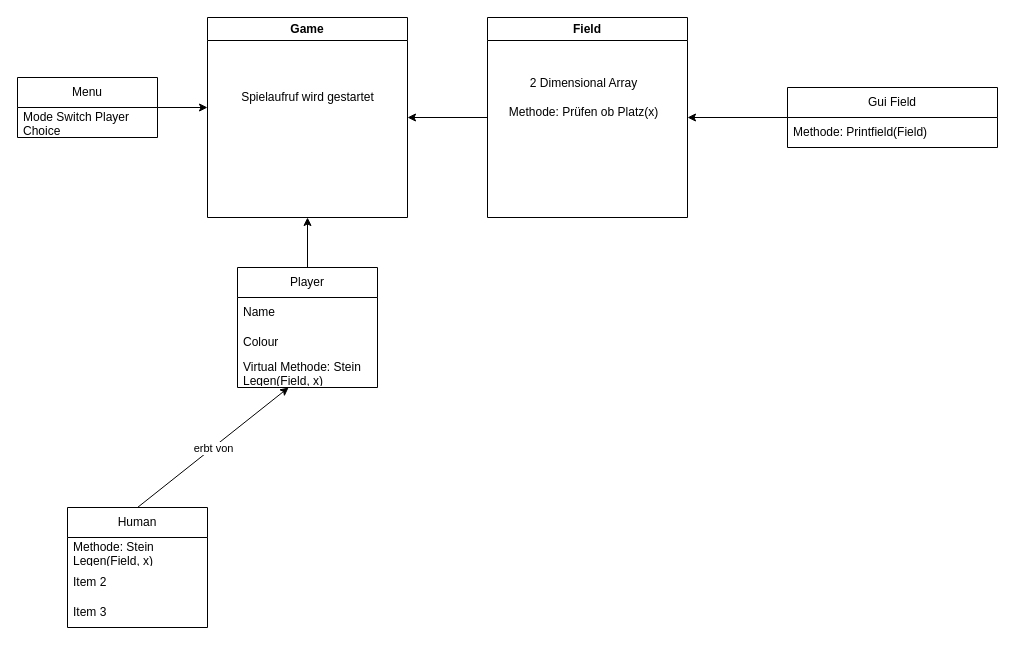
This is Plan.drawio from carlFelixSchlass/Connect4, a draw.io file, before an edit. Source tidied: cells renumbered, new cells numbered last; positions are measured from the earlier drawing's top-left corner, leaving out a move shared by most shapes. Both pictures are drawn from the tidied source at 100%, with x=0, y=0 at pixel (17, 17).
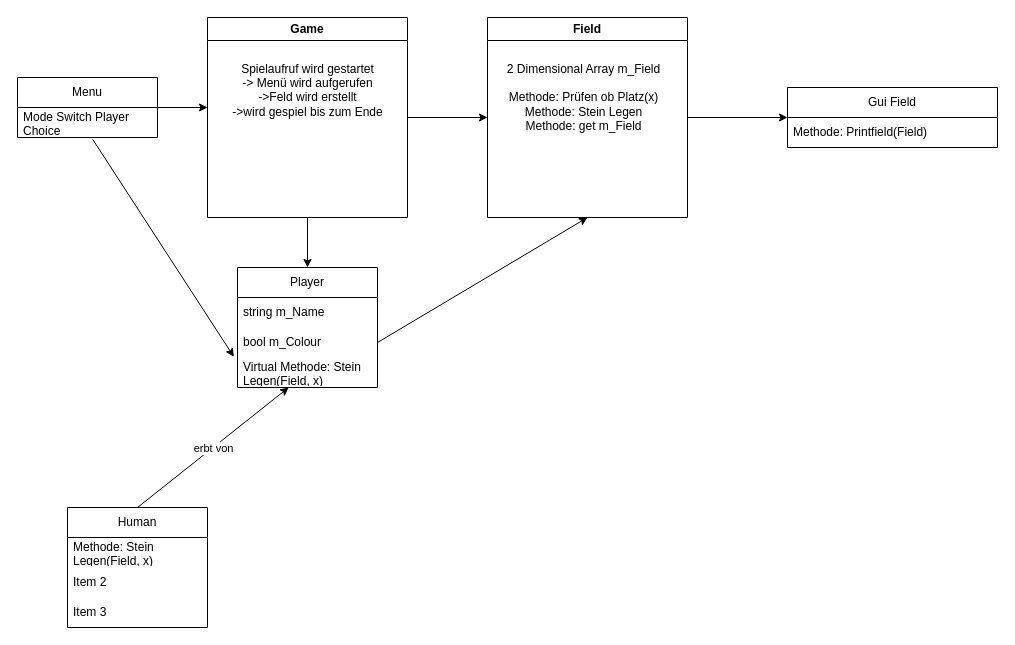
After the change.

Commit message:
3. Prototyp Plan Nr. 1

The change refers to these unchanged cells:
```xml
<mxCell id="2" value="Game" style="swimlane;whiteSpace=wrap;html=1;" parent="1" vertex="1">
  <mxGeometry x="190" width="200" height="200" as="geometry" />
</mxCell>
<mxCell id="5" value="Field" style="swimlane;whiteSpace=wrap;html=1;" parent="1" vertex="1">
  <mxGeometry x="470" width="200" height="200" as="geometry" />
</mxCell>
<mxCell id="8" value="Player" style="swimlane;fontStyle=0;horizontal=1;startSize=30;whiteSpace=wrap;html=1;" parent="1" vertex="1">
  <mxGeometry x="220" y="250" width="140" height="120" as="geometry" />
</mxCell>
<mxCell id="11" value="&lt;span style=&quot;text-align: center;&quot;&gt;Virtual Methode: Stein Legen(Field, x)&lt;/span&gt;" style="text;strokeColor=none;fillColor=none;align=left;verticalAlign=middle;spacingLeft=4;spacingRight=4;overflow=hidden;points=[[0,0.5],[1,0.5]];portConstraint=eastwest;whiteSpace=wrap;html=1;" parent="8" vertex="1">
  <mxGeometry y="90" width="140" height="30" as="geometry" />
</mxCell>
<mxCell id="17" value="Gui Field" style="swimlane;fontStyle=0;horizontal=1;startSize=30;whiteSpace=wrap;html=1;" parent="1" vertex="1">
  <mxGeometry x="770" y="70" width="210" height="60" as="geometry" />
</mxCell>
<mxCell id="21" value="Mode Switch Player Choice" style="text;strokeColor=none;fillColor=none;align=left;verticalAlign=middle;spacingLeft=4;spacingRight=4;overflow=hidden;points=[[0,0.5],[1,0.5]];portConstraint=eastwest;whiteSpace=wrap;html=1;" parent="20" vertex="1">
  <mxGeometry y="30" width="140" height="30" as="geometry" />
</mxCell>
```

Diff of the diagram source:
```diff
@@
+    <mxCell id="24" style="edgeStyle=none;html=1;exitX=1;exitY=0.5;exitDx=0;exitDy=0;entryX=0;entryY=0.5;entryDx=0;entryDy=0;" parent="1" edge="1" source="2" target="5">
+      <mxGeometry relative="1" as="geometry" />
+    </mxCell>
+    <mxCell id="25" style="edgeStyle=none;html=1;exitX=0.5;exitY=1;exitDx=0;exitDy=0;entryX=0.5;entryY=0;entryDx=0;entryDy=0;" parent="1" edge="1" source="2" target="8">
+      <mxGeometry relative="1" as="geometry" />
+    </mxCell>
@@
-    <mxCell id="3" value="Spielaufruf wird gestartet" style="text;html=1;align=center;verticalAlign=middle;strokeColor=none;fillColor=none;" parent="2" vertex="1">
-      <mxGeometry x="20" y="65" width="160" height="30" as="geometry" />
+    <mxCell id="3" value="Spielaufruf wird gestartet&lt;br&gt;-&amp;gt; Menü wird aufgerufen&lt;br&gt;-&amp;gt;Feld wird erstellt&lt;br&gt;-&amp;gt;wird gespiel bis zum Ende&lt;br&gt;&lt;br&gt;" style="text;html=1;align=center;verticalAlign=middle;strokeColor=none;fillColor=none;" parent="2" vertex="1">
+      <mxGeometry x="15" y="35" width="170" height="90" as="geometry" />
     </mxCell>
-    <mxCell id="4" style="edgeStyle=none;html=1;exitX=0;exitY=0.5;exitDx=0;exitDy=0;entryX=1;entryY=0.5;entryDx=0;entryDy=0;" parent="1" edge="1" source="5" target="2">
-      <mxGeometry relative="1" as="geometry" />
-    </mxCell>
+    <mxCell id="26" style="edgeStyle=none;html=1;exitX=1;exitY=0.5;exitDx=0;exitDy=0;" parent="1" edge="1" source="5">
+      <mxGeometry relative="1" as="geometry">
+        <mxPoint x="770" y="100" as="targetPoint" />
+      </mxGeometry>
+    </mxCell>
@@
-    <mxCell id="6" value="2 Dimensional Array&lt;br&gt;&lt;br&gt;Methode: Prüfen ob Platz(x)" style="text;html=1;align=center;verticalAlign=middle;strokeColor=none;fillColor=none;" parent="5" vertex="1">
-      <mxGeometry x="11" y="50" width="170" height="60" as="geometry" />
+    <mxCell id="6" value="2 Dimensional Array m_Field&lt;br&gt;&lt;br&gt;Methode: Prüfen ob Platz(x)&lt;br&gt;Methode: Stein Legen&lt;br&gt;Methode: get m_Field" style="text;html=1;align=center;verticalAlign=middle;strokeColor=none;fillColor=none;" parent="5" vertex="1">
+      <mxGeometry x="6" y="35" width="180" height="90" as="geometry" />
     </mxCell>
-    <mxCell id="7" style="edgeStyle=none;html=1;exitX=0.5;exitY=0;exitDx=0;exitDy=0;" parent="1" edge="1" source="8">
-      <mxGeometry relative="1" as="geometry">
-        <mxPoint x="290" y="200" as="targetPoint" />
-      </mxGeometry>
-    </mxCell>
@@
-    <mxCell id="9" value="Name" style="text;strokeColor=none;fillColor=none;align=left;verticalAlign=middle;spacingLeft=4;spacingRight=4;overflow=hidden;whiteSpace=wrap;html=1;" parent="8" vertex="1">
+    <mxCell id="9" value="string m_Name" style="text;strokeColor=none;fillColor=none;align=left;verticalAlign=middle;spacingLeft=4;spacingRight=4;overflow=hidden;whiteSpace=wrap;html=1;" parent="8" vertex="1">
       <mxGeometry y="30" width="140" height="30" as="geometry" />
     </mxCell>
-    <mxCell id="10" value="Colour" style="text;strokeColor=none;fillColor=none;align=left;verticalAlign=middle;spacingLeft=4;spacingRight=4;overflow=hidden;whiteSpace=wrap;html=1;" parent="8" vertex="1">
-      <mxGeometry y="60" width="140" height="30" as="geometry" />
-    </mxCell>
+    <mxCell id="27" value="bool m_Colour" style="text;strokeColor=none;fillColor=none;align=left;verticalAlign=middle;spacingLeft=4;spacingRight=4;overflow=hidden;points=[[0,0.5],[1,0.5]];portConstraint=eastwest;whiteSpace=wrap;html=1;" parent="8" vertex="1">
+      <mxGeometry y="60" width="140" height="30" as="geometry" />
+    </mxCell>
@@
-    <mxCell id="16" style="edgeStyle=none;html=1;entryX=1;entryY=0.5;entryDx=0;entryDy=0;" parent="1" edge="1" source="17" target="5">
-      <mxGeometry relative="1" as="geometry" />
-    </mxCell>
@@
+    <mxCell id="28" style="edgeStyle=none;html=1;exitX=0.537;exitY=1.061;exitDx=0;exitDy=0;entryX=-0.026;entryY=-0.025;entryDx=0;entryDy=0;entryPerimeter=0;exitPerimeter=0;" parent="1" edge="1" source="21" target="11">
+      <mxGeometry relative="1" as="geometry" />
+    </mxCell>
@@
+    <mxCell id="29" style="edgeStyle=none;html=1;exitX=1;exitY=0.5;exitDx=0;exitDy=0;entryX=0.5;entryY=1;entryDx=0;entryDy=0;" parent="1" edge="1" source="27" target="5">
+      <mxGeometry relative="1" as="geometry" />
+    </mxCell>
```
